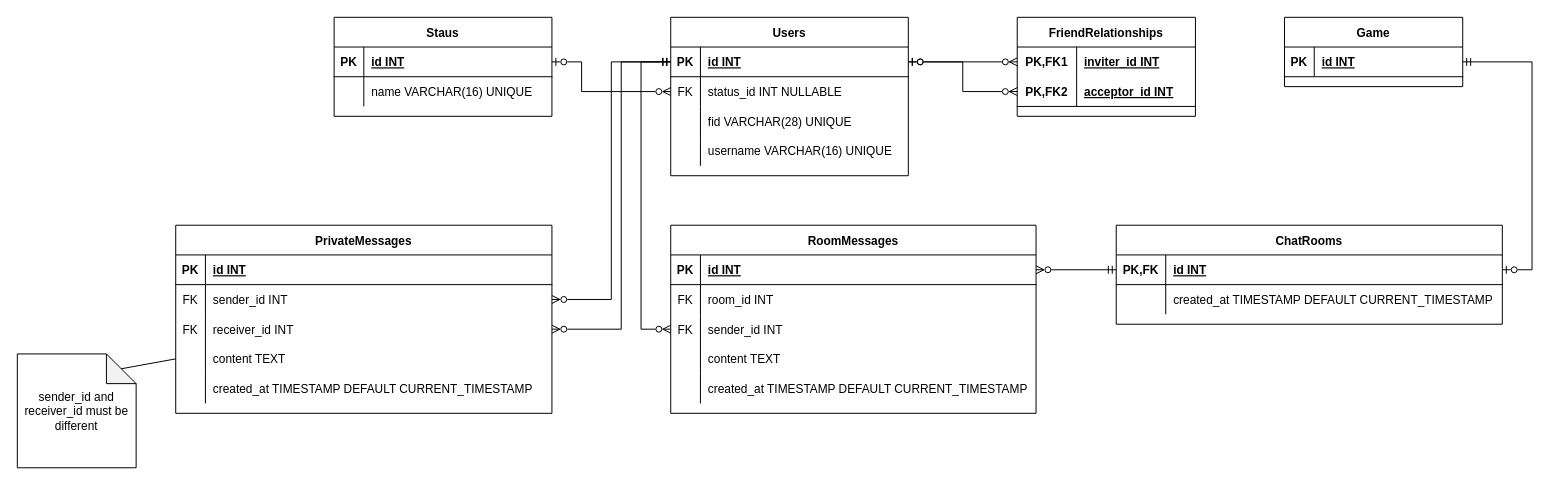
TP-O/werewolf keeps this draw.io diagram as communication/docs/drawio/database.drawio. Above is the earlier version. Source tidied: cells renumbered, new cells numbered last; positions are measured from the earlier drawing's top-left corner, leaving out a move shared by most shapes. Both pictures are drawn from the tidied source at 99%, with x=0, y=0 at pixel (17, 17).
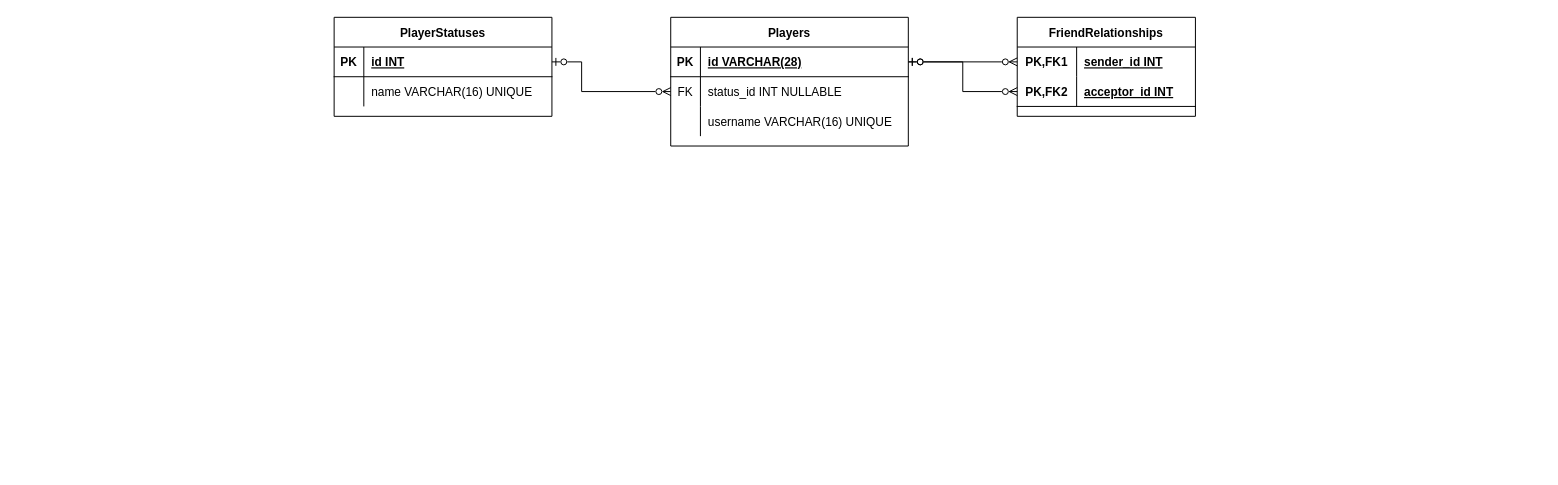
Above is the later version.

The change refers to these unchanged cells:
```xml
<mxCell id="10" style="shape=tableRow;horizontal=0;startSize=0;swimlaneHead=0;swimlaneBody=0;fillColor=none;points=[[0,0.5],[1,0.5]];portConstraint=eastwest;top=0;left=0;right=0;bottom=1;" parent="9" vertex="1">
  <mxGeometry y="30" width="240" height="30" as="geometry" />
</mxCell>
<mxCell id="66" style="shape=tableRow;horizontal=0;startSize=0;swimlaneHead=0;swimlaneBody=0;fillColor=none;points=[[0,0.5],[1,0.5]];portConstraint=eastwest;top=0;left=0;right=0;bottom=0;" parent="65" vertex="1">
  <mxGeometry y="30" width="180" height="30" as="geometry" />
</mxCell>
```

What changed in the source:
```diff
@@
-    <mxCell id="2" value="Staus" style="shape=table;startSize=30;childLayout=tableLayout;rowLines=0;fontStyle=1;align=center;" parent="1" vertex="1">
+    <mxCell id="2" value="PlayerStatuses" style="shape=table;startSize=30;childLayout=tableLayout;rowLines=0;fontStyle=1;align=center;" parent="1" vertex="1">
       <mxGeometry x="320" width="220" height="100" as="geometry" />
     </mxCell>
@@
-    <mxCell id="9" value="Users" style="shape=table;startSize=30;childLayout=tableLayout;rowLines=0;fontStyle=1;align=center;" parent="1" vertex="1">
-      <mxGeometry x="660" width="240" height="160" as="geometry" />
+    <mxCell id="9" value="Players" style="shape=table;startSize=30;childLayout=tableLayout;rowLines=0;fontStyle=1;align=center;" parent="1" vertex="1">
+      <mxGeometry x="660" width="240" height="130" as="geometry" />
     </mxCell>
@@
-    <mxCell id="12" value="id INT" style="shape=partialRectangle;fillColor=none;top=0;left=0;bottom=0;right=0;align=left;spacingLeft=6;fontStyle=5;overflow=hidden;" parent="10" vertex="1">
+    <mxCell id="12" value="id VARCHAR(28)" style="shape=partialRectangle;fillColor=none;top=0;left=0;bottom=0;right=0;align=left;spacingLeft=6;fontStyle=5;overflow=hidden;" parent="10" vertex="1">
       <mxGeometry x="30" width="210" height="30" as="geometry" />
     </mxCell>
@@
-    <mxCell id="16" style="shape=tableRow;horizontal=0;startSize=0;swimlaneHead=0;swimlaneBody=0;fillColor=none;top=0;left=0;right=0;bottom=0;" parent="9" vertex="1">
-      <mxGeometry y="90" width="240" height="30" as="geometry" />
-    </mxCell>
-    <mxCell id="17" style="shape=partialRectangle;fillColor=none;top=0;left=0;bottom=0;right=0;overflow=hidden;" parent="16" vertex="1">
-      <mxGeometry width="30" height="30" as="geometry" />
-    </mxCell>
-    <mxCell id="18" value="fid VARCHAR(28) UNIQUE" style="shape=partialRectangle;fillColor=none;top=0;left=0;bottom=0;right=0;align=left;spacingLeft=6;overflow=hidden;" parent="16" vertex="1">
-      <mxGeometry x="30" width="210" height="30" as="geometry" />
-    </mxCell>
     <mxCell id="19" style="shape=tableRow;horizontal=0;startSize=0;swimlaneHead=0;swimlaneBody=0;fillColor=none;top=0;left=0;right=0;bottom=0;" parent="9" vertex="1">
-      <mxGeometry y="120" width="240" height="30" as="geometry" />
+      <mxGeometry y="90" width="240" height="30" as="geometry" />
     </mxCell>
@@
-    <mxCell id="22" value="PrivateMessages" style="shape=table;startSize=30;childLayout=tableLayout;rowLines=0;fontStyle=1;align=center;" parent="1" vertex="1">
-      <mxGeometry x="160" y="210" width="380" height="190" as="geometry" />
-    </mxCell>
-    <mxCell id="23" style="shape=tableRow;horizontal=0;startSize=0;swimlaneHead=0;swimlaneBody=0;fillColor=none;top=0;left=0;right=0;bottom=1;" parent="22" vertex="1">
-      <mxGeometry y="30" width="380" height="30" as="geometry" />
-    </mxCell>
-    <mxCell id="24" value="PK" style="shape=partialRectangle;fillColor=none;top=0;left=0;bottom=0;right=0;fontStyle=1;overflow=hidden;" parent="23" vertex="1">
-      <mxGeometry width="30" height="30" as="geometry" />
-    </mxCell>
-    <mxCell id="25" value="id INT" style="shape=partialRectangle;fillColor=none;top=0;left=0;bottom=0;right=0;align=left;spacingLeft=6;fontStyle=5;overflow=hidden;" parent="23" vertex="1">
-      <mxGeometry x="30" width="350" height="30" as="geometry" />
-    </mxCell>
-    <mxCell id="26" style="shape=tableRow;horizontal=0;startSize=0;swimlaneHead=0;swimlaneBody=0;fillColor=none;points=[[0,0.5],[1,0.5]];portConstraint=eastwest;top=0;left=0;right=0;bottom=0;" parent="22" vertex="1">
-      <mxGeometry y="60" width="380" height="30" as="geometry" />
-    </mxCell>
-    <mxCell id="27" value="FK" style="shape=partialRectangle;fillColor=none;top=0;left=0;bottom=0;right=0;overflow=hidden;" parent="26" vertex="1">
-      <mxGeometry width="30" height="30" as="geometry" />
-    </mxCell>
-    <mxCell id="28" value="sender_id INT" style="shape=partialRectangle;fillColor=none;top=0;left=0;bottom=0;right=0;align=left;spacingLeft=6;overflow=hidden;" parent="26" vertex="1">
-      <mxGeometry x="30" width="350" height="30" as="geometry" />
-    </mxCell>
-    <mxCell id="29" style="shape=tableRow;horizontal=0;startSize=0;swimlaneHead=0;swimlaneBody=0;fillColor=none;points=[[0,0.5],[1,0.5]];portConstraint=eastwest;top=0;left=0;right=0;bottom=0;" parent="22" vertex="1">
-      <mxGeometry y="90" width="380" height="30" as="geometry" />
-    </mxCell>
-    <mxCell id="30" value="FK" style="shape=partialRectangle;fillColor=none;top=0;left=0;bottom=0;right=0;overflow=hidden;" parent="29" vertex="1">
-      <mxGeometry width="30" height="30" as="geometry" />
-    </mxCell>
-    <mxCell id="31" value="receiver_id INT" style="shape=partialRectangle;fillColor=none;top=0;left=0;bottom=0;right=0;align=left;spacingLeft=6;overflow=hidden;" parent="29" vertex="1">
-      <mxGeometry x="30" width="350" height="30" as="geometry" />
-    </mxCell>
-    <mxCell id="32" style="shape=tableRow;horizontal=0;startSize=0;swimlaneHead=0;swimlaneBody=0;fillColor=none;points=[[0,0.5],[1,0.5]];portConstraint=eastwest;top=0;left=0;right=0;bottom=0;" parent="22" vertex="1">
-      <mxGeometry y="120" width="380" height="30" as="geometry" />
-    </mxCell>
-    <mxCell id="33" style="shape=partialRectangle;fillColor=none;top=0;left=0;bottom=0;right=0;overflow=hidden;" parent="32" vertex="1">
-      <mxGeometry width="30" height="30" as="geometry" />
-    </mxCell>
-    <mxCell id="34" value="content TEXT    " style="shape=partialRectangle;fillColor=none;top=0;left=0;bottom=0;right=0;align=left;spacingLeft=6;overflow=hidden;" parent="32" vertex="1">
-      <mxGeometry x="30" width="350" height="30" as="geometry" />
-    </mxCell>
-    <mxCell id="35" style="shape=tableRow;horizontal=0;startSize=0;swimlaneHead=0;swimlaneBody=0;fillColor=none;top=0;left=0;right=0;bottom=0;" parent="22" vertex="1">
-      <mxGeometry y="150" width="380" height="30" as="geometry" />
-    </mxCell>
-    <mxCell id="36" style="shape=partialRectangle;fillColor=none;top=0;left=0;bottom=0;right=0;overflow=hidden;" parent="35" vertex="1">
-      <mxGeometry width="30" height="30" as="geometry" />
-    </mxCell>
-    <mxCell id="37" value="created_at TIMESTAMP DEFAULT CURRENT_TIMESTAMP" style="shape=partialRectangle;fillColor=none;top=0;left=0;bottom=0;right=0;align=left;spacingLeft=6;overflow=hidden;" parent="35" vertex="1">
-      <mxGeometry x="30" width="350" height="30" as="geometry" />
-    </mxCell>
-    <mxCell id="38" value="ChatRooms" style="shape=table;startSize=30;childLayout=tableLayout;rowLines=0;fontStyle=1;align=center;" parent="1" vertex="1">
-      <mxGeometry x="1110" y="210" width="390" height="100" as="geometry" />
-    </mxCell>
-    <mxCell id="39" style="shape=tableRow;horizontal=0;startSize=0;swimlaneHead=0;swimlaneBody=0;fillColor=none;points=[[0,0.5],[1,0.5]];portConstraint=eastwest;top=0;left=0;right=0;bottom=1;" parent="38" vertex="1">
-      <mxGeometry y="30" width="390" height="30" as="geometry" />
-    </mxCell>
-    <mxCell id="40" value="PK,FK" style="shape=partialRectangle;fillColor=none;top=0;left=0;bottom=0;right=0;fontStyle=1;overflow=hidden;" parent="39" vertex="1">
-      <mxGeometry width="50" height="30" as="geometry" />
-    </mxCell>
-    <mxCell id="41" value="id INT" style="shape=partialRectangle;fillColor=none;top=0;left=0;bottom=0;right=0;align=left;spacingLeft=6;fontStyle=5;overflow=hidden;" parent="39" vertex="1">
-      <mxGeometry x="50" width="340" height="30" as="geometry" />
-    </mxCell>
-    <mxCell id="42" style="shape=tableRow;horizontal=0;startSize=0;swimlaneHead=0;swimlaneBody=0;fillColor=none;top=0;left=0;right=0;bottom=0;" parent="38" vertex="1">
-      <mxGeometry y="60" width="390" height="30" as="geometry" />
-    </mxCell>
-    <mxCell id="43" style="shape=partialRectangle;fillColor=none;top=0;left=0;bottom=0;right=0;overflow=hidden;" parent="42" vertex="1">
-      <mxGeometry width="50" height="30" as="geometry" />
-    </mxCell>
-    <mxCell id="44" value="created_at TIMESTAMP DEFAULT CURRENT_TIMESTAMP" style="shape=partialRectangle;fillColor=none;top=0;left=0;bottom=0;right=0;align=left;spacingLeft=6;overflow=hidden;" parent="42" vertex="1">
-      <mxGeometry x="50" width="340" height="30" as="geometry" />
-    </mxCell>
-    <mxCell id="45" value="Game" style="shape=table;startSize=30;childLayout=tableLayout;rowLines=0;fontStyle=1;align=center;" parent="1" vertex="1">
-      <mxGeometry x="1280" width="180" height="70" as="geometry" />
-    </mxCell>
-    <mxCell id="46" style="shape=tableRow;horizontal=0;startSize=0;swimlaneHead=0;swimlaneBody=0;fillColor=none;points=[[0,0.5],[1,0.5]];portConstraint=eastwest;top=0;left=0;right=0;bottom=1;" parent="45" vertex="1">
-      <mxGeometry y="30" width="180" height="30" as="geometry" />
-    </mxCell>
-    <mxCell id="47" value="PK" style="shape=partialRectangle;fillColor=none;top=0;left=0;bottom=0;right=0;fontStyle=1;overflow=hidden;" parent="46" vertex="1">
-      <mxGeometry width="30" height="30" as="geometry" />
-    </mxCell>
-    <mxCell id="48" value="id INT" style="shape=partialRectangle;fillColor=none;top=0;left=0;bottom=0;right=0;align=left;spacingLeft=6;fontStyle=5;overflow=hidden;" parent="46" vertex="1">
-      <mxGeometry x="30" width="150" height="30" as="geometry" />
-    </mxCell>
-    <mxCell id="49" value="RoomMessages" style="shape=table;startSize=30;childLayout=tableLayout;rowLines=0;fontStyle=1;align=center;" parent="1" vertex="1">
-      <mxGeometry x="660" y="210" width="369" height="190" as="geometry" />
-    </mxCell>
-    <mxCell id="50" style="shape=tableRow;horizontal=0;startSize=0;swimlaneHead=0;swimlaneBody=0;fillColor=none;points=[[0,0.5],[1,0.5]];portConstraint=eastwest;top=0;left=0;right=0;bottom=1;" parent="49" vertex="1">
-      <mxGeometry y="30" width="369" height="30" as="geometry" />
-    </mxCell>
-    <mxCell id="51" value="PK" style="shape=partialRectangle;fillColor=none;top=0;left=0;bottom=0;right=0;fontStyle=1;overflow=hidden;" parent="50" vertex="1">
-      <mxGeometry width="30" height="30" as="geometry" />
-    </mxCell>
-    <mxCell id="52" value="id INT" style="shape=partialRectangle;fillColor=none;top=0;left=0;bottom=0;right=0;align=left;spacingLeft=6;fontStyle=5;overflow=hidden;" parent="50" vertex="1">
-      <mxGeometry x="30" width="339" height="30" as="geometry" />
-    </mxCell>
-    <mxCell id="53" style="shape=tableRow;horizontal=0;startSize=0;swimlaneHead=0;swimlaneBody=0;fillColor=none;top=0;left=0;right=0;bottom=0;" parent="49" vertex="1">
-      <mxGeometry y="60" width="369" height="30" as="geometry" />
-    </mxCell>
-    <mxCell id="54" value="FK" style="shape=partialRectangle;fillColor=none;top=0;left=0;bottom=0;right=0;overflow=hidden;" parent="53" vertex="1">
-      <mxGeometry width="30" height="30" as="geometry" />
-    </mxCell>
-    <mxCell id="55" value="room_id INT" style="shape=partialRectangle;fillColor=none;top=0;left=0;bottom=0;right=0;align=left;spacingLeft=6;overflow=hidden;" parent="53" vertex="1">
-      <mxGeometry x="30" width="339" height="30" as="geometry" />
-    </mxCell>
-    <mxCell id="56" style="shape=tableRow;horizontal=0;startSize=0;swimlaneHead=0;swimlaneBody=0;fillColor=none;points=[[0,0.5],[1,0.5]];portConstraint=eastwest;top=0;left=0;right=0;bottom=0;" parent="49" vertex="1">
-      <mxGeometry y="90" width="369" height="30" as="geometry" />
-    </mxCell>
-    <mxCell id="57" value="FK" style="shape=partialRectangle;fillColor=none;top=0;left=0;bottom=0;right=0;overflow=hidden;" parent="56" vertex="1">
-      <mxGeometry width="30" height="30" as="geometry" />
-    </mxCell>
-    <mxCell id="58" value="sender_id INT" style="shape=partialRectangle;fillColor=none;top=0;left=0;bottom=0;right=0;align=left;spacingLeft=6;overflow=hidden;" parent="56" vertex="1">
-      <mxGeometry x="30" width="339" height="30" as="geometry" />
-    </mxCell>
-    <mxCell id="59" style="shape=tableRow;horizontal=0;startSize=0;swimlaneHead=0;swimlaneBody=0;fillColor=none;top=0;left=0;right=0;bottom=0;" parent="49" vertex="1">
-      <mxGeometry y="120" width="369" height="30" as="geometry" />
-    </mxCell>
-    <mxCell id="60" style="shape=partialRectangle;fillColor=none;top=0;left=0;bottom=0;right=0;overflow=hidden;" parent="59" vertex="1">
-      <mxGeometry width="30" height="30" as="geometry" />
-    </mxCell>
-    <mxCell id="61" value="content TEXT" style="shape=partialRectangle;fillColor=none;top=0;left=0;bottom=0;right=0;align=left;spacingLeft=6;overflow=hidden;" parent="59" vertex="1">
-      <mxGeometry x="30" width="339" height="30" as="geometry" />
-    </mxCell>
-    <mxCell id="62" style="shape=tableRow;horizontal=0;startSize=0;swimlaneHead=0;swimlaneBody=0;fillColor=none;top=0;left=0;right=0;bottom=0;" parent="49" vertex="1">
-      <mxGeometry y="150" width="369" height="30" as="geometry" />
-    </mxCell>
-    <mxCell id="63" style="shape=partialRectangle;fillColor=none;top=0;left=0;bottom=0;right=0;overflow=hidden;" parent="62" vertex="1">
-      <mxGeometry width="30" height="30" as="geometry" />
-    </mxCell>
-    <mxCell id="64" value="created_at TIMESTAMP DEFAULT CURRENT_TIMESTAMP" style="shape=partialRectangle;fillColor=none;top=0;left=0;bottom=0;right=0;align=left;spacingLeft=6;overflow=hidden;" parent="62" vertex="1">
-      <mxGeometry x="30" width="339" height="30" as="geometry" />
-    </mxCell>
@@
-    <mxCell id="68" value="inviter_id INT" style="shape=partialRectangle;fillColor=none;top=0;left=0;bottom=0;right=0;align=left;spacingLeft=6;fontStyle=5;overflow=hidden;" parent="66" vertex="1">
+    <mxCell id="68" value="sender_id INT" style="shape=partialRectangle;fillColor=none;top=0;left=0;bottom=0;right=0;align=left;spacingLeft=6;fontStyle=5;overflow=hidden;" parent="66" vertex="1">
       <mxGeometry x="60" width="120" height="30" as="geometry" />
     </mxCell>
@@
-    <mxCell id="75" style="edgeStyle=orthogonalEdgeStyle;rounded=0;jettySize=auto;html=1;exitX=1;exitY=0.5;exitDx=0;exitDy=0;entryX=0;entryY=0.5;entryDx=0;entryDy=0;startArrow=ERzeroToMany;startFill=0;endArrow=ERmandOne;endFill=0;" parent="1" edge="1" source="26" target="10">
-      <mxGeometry relative="1" as="geometry" />
-    </mxCell>
-    <mxCell id="76" style="edgeStyle=orthogonalEdgeStyle;rounded=0;jettySize=auto;html=1;exitX=1;exitY=0.5;exitDx=0;exitDy=0;entryX=0;entryY=0.5;entryDx=0;entryDy=0;startArrow=ERzeroToMany;startFill=0;endArrow=ERmandOne;endFill=0;" parent="1" edge="1" source="29" target="10">
-      <mxGeometry relative="1" as="geometry">
-        <Array as="points">
-          <mxPoint x="610" y="315" />
-          <mxPoint x="610" y="45" />
-        </Array>
-      </mxGeometry>
-    </mxCell>
-    <mxCell id="77" style="edgeStyle=orthogonalEdgeStyle;rounded=0;jettySize=auto;html=1;exitX=0;exitY=0.5;exitDx=0;exitDy=0;entryX=0;entryY=0.5;entryDx=0;entryDy=0;startArrow=ERzeroToMany;startFill=0;endArrow=ERmandOne;endFill=0;" parent="1" edge="1" source="56" target="10">
-      <mxGeometry relative="1" as="geometry">
-        <Array as="points">
-          <mxPoint x="630" y="315" />
-          <mxPoint x="630" y="45" />
-        </Array>
-      </mxGeometry>
-    </mxCell>
-    <mxCell id="78" style="edgeStyle=orthogonalEdgeStyle;rounded=0;jettySize=auto;html=1;exitX=1;exitY=0.5;exitDx=0;exitDy=0;entryX=0;entryY=0.5;entryDx=0;entryDy=0;startArrow=ERzeroToMany;startFill=0;endArrow=ERmandOne;endFill=0;" parent="1" edge="1" source="50" target="39">
-      <mxGeometry relative="1" as="geometry" />
-    </mxCell>
-    <mxCell id="79" style="edgeStyle=orthogonalEdgeStyle;rounded=0;jettySize=auto;html=1;exitX=1;exitY=0.5;exitDx=0;exitDy=0;entryX=1;entryY=0.5;entryDx=0;entryDy=0;startArrow=ERmandOne;startFill=0;endArrow=ERzeroToOne;endFill=0;" parent="1" edge="1" source="46" target="39">
-      <mxGeometry relative="1" as="geometry">
-        <Array as="points">
-          <mxPoint x="1530" y="45" />
-          <mxPoint x="1530" y="255" />
-        </Array>
-      </mxGeometry>
-    </mxCell>
-    <mxCell id="80" style="rounded=0;jettySize=auto;html=1;exitX=0;exitY=0;exitDx=105;exitDy=15;exitPerimeter=0;endArrow=none;endFill=0;entryX=0;entryY=0.5;entryDx=0;entryDy=0;" parent="1" edge="1" source="81" target="32">
-      <mxGeometry relative="1" as="geometry" />
-    </mxCell>
-    <mxCell id="81" value="sender_id and receiver_id must be different" style="shape=note;whiteSpace=wrap;html=1;backgroundOutline=1;darkOpacity=0.05;" parent="1" vertex="1">
-      <mxGeometry y="340" width="120" height="115" as="geometry" />
-    </mxCell>
```
